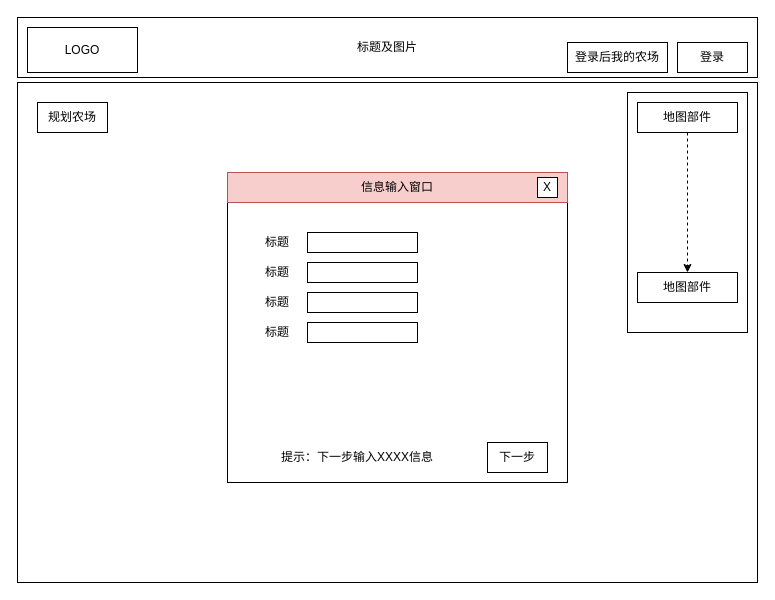
Before: page "第一页" (1 of 4) of 农场规划界面.drawio in diversoft/systemImage, a draw.io diagram. Source tidied: cells renumbered, new cells numbered last; positions are measured from the earlier drawing's top-left corner, leaving out a move shared by most shapes. Both pictures are drawn from the tidied source at 100%, with x=0, y=0 at pixel (17, 17).
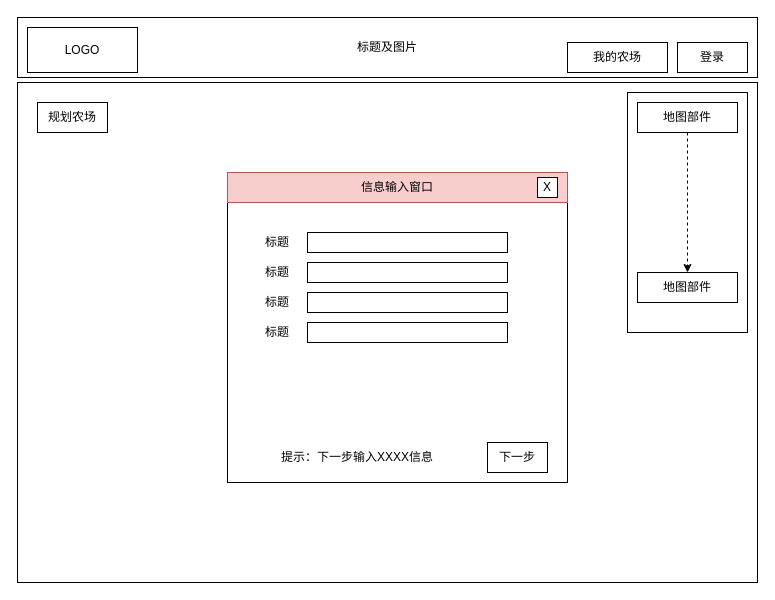
The same diagram, later.

The change refers to these unchanged cells:
```xml
<mxCell id="4" style="group;" parent="1" vertex="1">
  <mxGeometry width="740" height="60" as="geometry" />
</mxCell>
```

Change to the diagram source:
```diff
@@
-    <mxCell id="8" value="登录后我的农场" style="rounded=0;whiteSpace=wrap;html=1;" parent="4" vertex="1">
+    <mxCell id="8" value="我的农场" style="rounded=0;whiteSpace=wrap;html=1;" parent="4" vertex="1">
       <mxGeometry x="550" y="25" width="100" height="30" as="geometry" />
     </mxCell>
@@
     <mxCell id="17" style="rounded=0;whiteSpace=wrap;html=1;" parent="1" vertex="1">
-      <mxGeometry x="290" y="215" width="110" height="20" as="geometry" />
+      <mxGeometry x="290" y="215" width="200" height="20" as="geometry" />
     </mxCell>
@@
     <mxCell id="19" style="rounded=0;whiteSpace=wrap;html=1;" parent="1" vertex="1">
-      <mxGeometry x="290" y="245" width="110" height="20" as="geometry" />
+      <mxGeometry x="290" y="245" width="200" height="20" as="geometry" />
     </mxCell>
@@
     <mxCell id="21" style="rounded=0;whiteSpace=wrap;html=1;" parent="1" vertex="1">
-      <mxGeometry x="290" y="275" width="110" height="20" as="geometry" />
+      <mxGeometry x="290" y="275" width="200" height="20" as="geometry" />
     </mxCell>
@@
     <mxCell id="23" style="rounded=0;whiteSpace=wrap;html=1;" parent="1" vertex="1">
-      <mxGeometry x="290" y="305" width="110" height="20" as="geometry" />
+      <mxGeometry x="290" y="305" width="200" height="20" as="geometry" />
     </mxCell>
```
